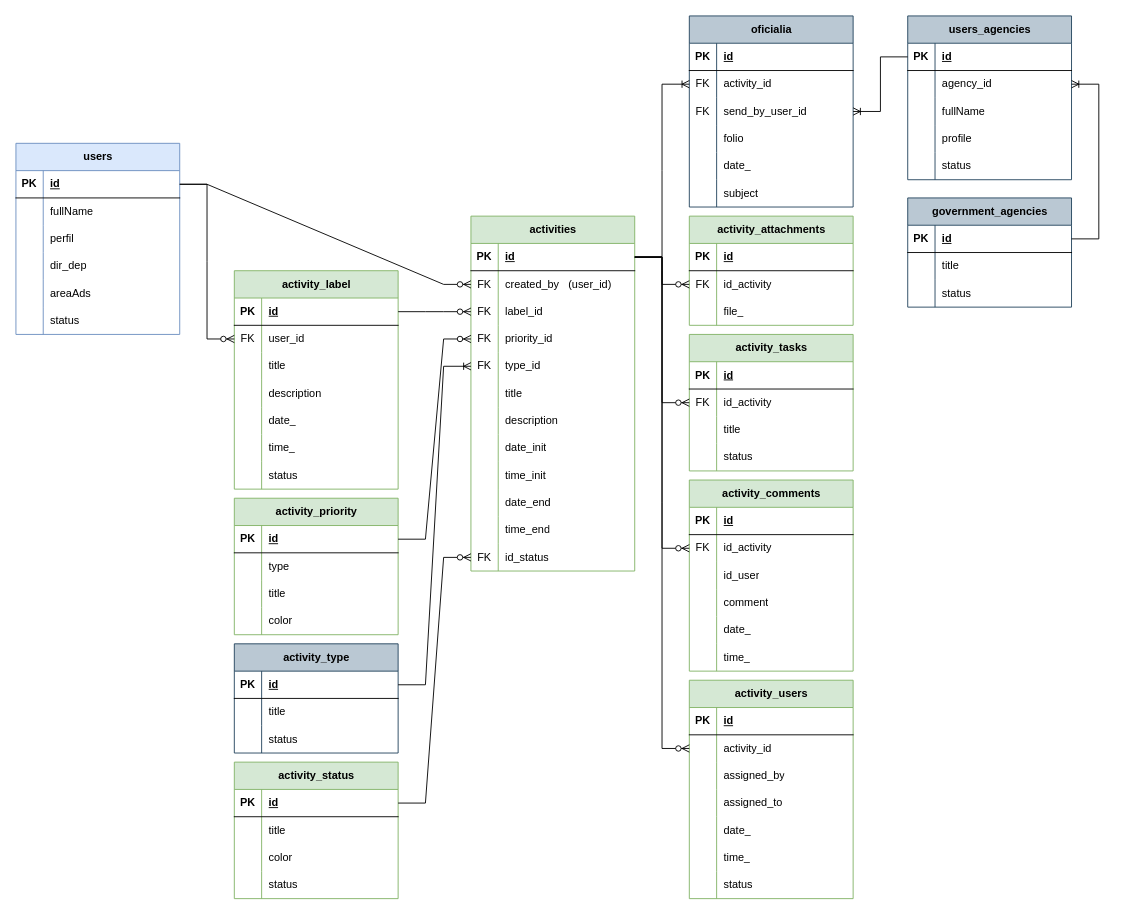
Before: entidad - relacion/control actividades - V3.drawio in MIGUEL-TGH/templates, a draw.io diagram. Source tidied: cells renumbered, new cells numbered last; positions are measured from the earlier drawing's top-left corner, leaving out a move shared by most shapes. Both pictures are drawn from the tidied source at 91%, with x=0, y=0 at pixel (15, 15).
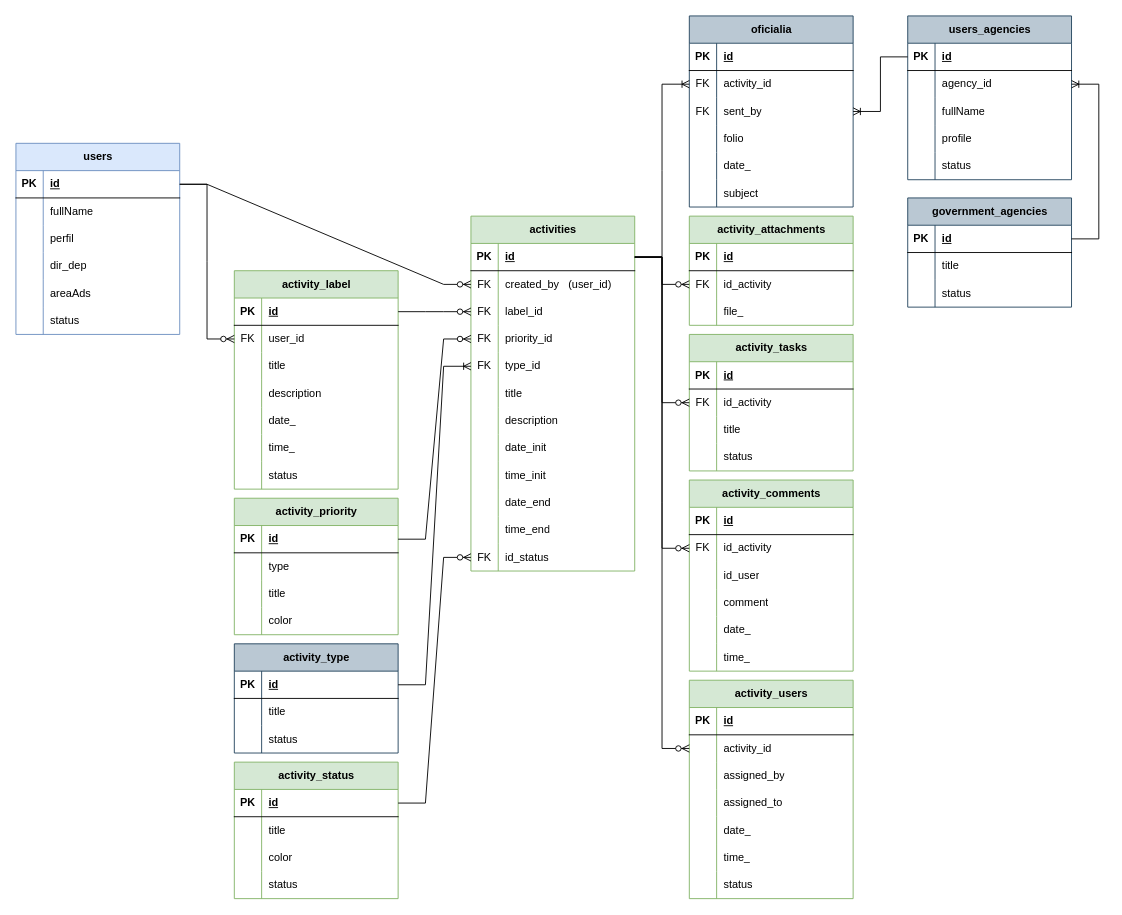
The same page after the edit.

Commit message:
Control de actividades 2025-08-29

Unchanged cells that the change refers to:
```xml
<mxCell id="197" style="shape=tableRow;horizontal=0;startSize=0;swimlaneHead=0;swimlaneBody=0;fillColor=none;points=[[0,0.5],[1,0.5]];portConstraint=eastwest;top=0;left=0;right=0;bottom=0;" parent="190" vertex="1">
  <mxGeometry y="90" width="180" height="30" as="geometry" />
</mxCell>
```

Change to the diagram source:
```diff
@@
-    <mxCell id="199" value="send_by_user_id" style="shape=partialRectangle;fillColor=none;top=0;left=0;bottom=0;right=0;align=left;spacingLeft=6;overflow=hidden;whiteSpace=wrap;html=1;" parent="197" vertex="1">
+    <mxCell id="199" value="sent_by" style="shape=partialRectangle;fillColor=none;top=0;left=0;bottom=0;right=0;align=left;spacingLeft=6;overflow=hidden;whiteSpace=wrap;html=1;" parent="197" vertex="1">
       <mxGeometry x="30" width="150" height="30" as="geometry" />
     </mxCell>
```
